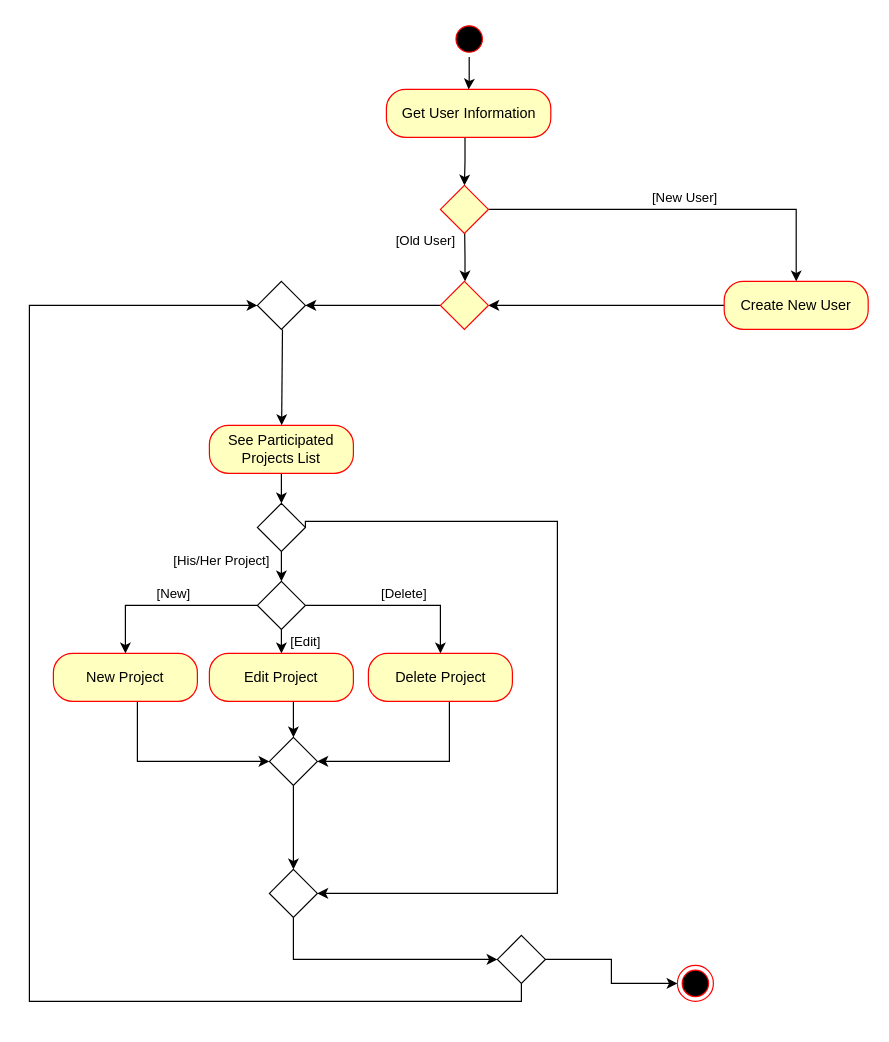
This is General Analyze and Design/Project Managment Activity Diagram.drawio from amirabbas8/ScrumOfficer, a draw.io file, before an edit. Source tidied: cells renumbered, new cells numbered last; positions are measured from the earlier drawing's top-left corner, leaving out a move shared by most shapes. Both pictures are drawn from the tidied source at 120%, with x=0, y=0 at pixel (29, 20).
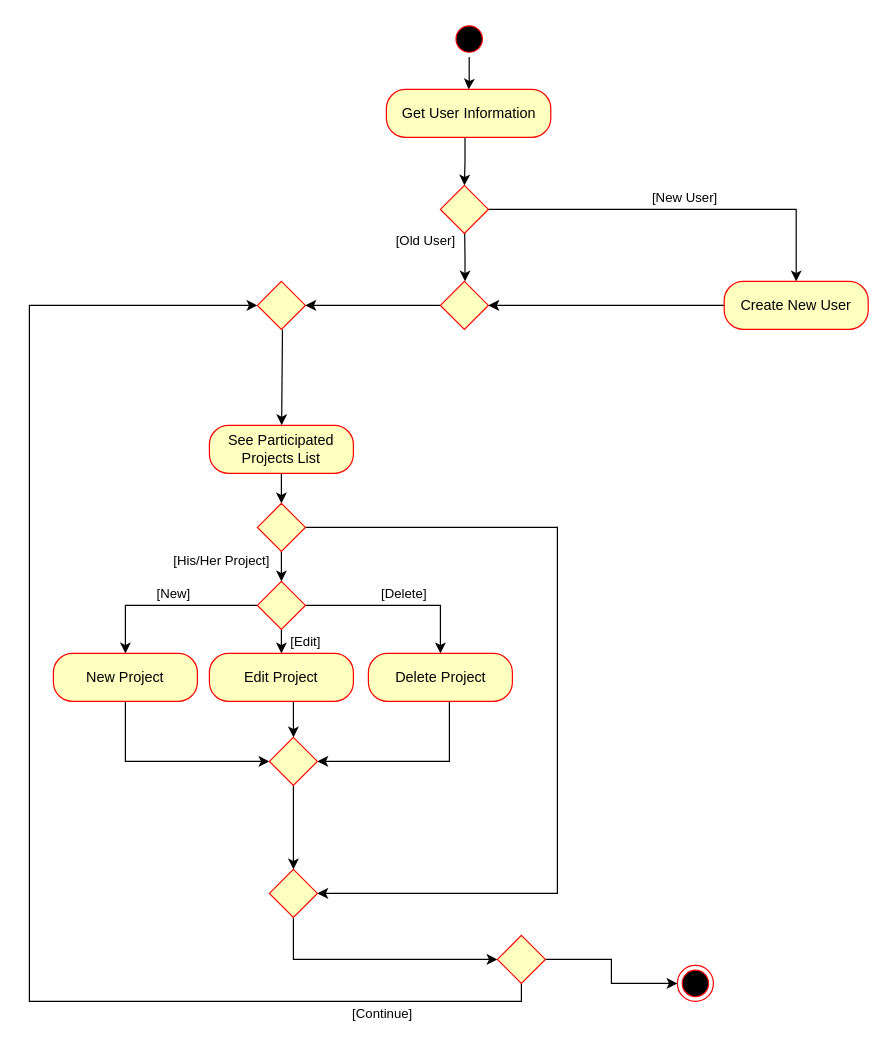
After the change.

Unchanged cells that the change refers to:
```xml
<mxCell id="21" value="New Project" style="rounded=1;whiteSpace=wrap;html=1;arcSize=40;fontColor=#000000;fillColor=#ffffc0;strokeColor=#ff0000;" parent="1" vertex="1">
  <mxGeometry x="20" y="527" width="120" height="40" as="geometry" />
</mxCell>
```

Diff of the diagram source:
```diff
@@
     <mxCell id="14" style="edgeStyle=orthogonalEdgeStyle;rounded=0;jettySize=auto;html=1;exitX=1;exitY=0.5;exitDx=0;exitDy=0;entryX=1;entryY=0.5;entryDx=0;entryDy=0;" parent="1" edge="1" source="15" target="29">
       <mxGeometry relative="1" as="geometry">
         <Array as="points">
-          <mxPoint x="440" y="417" />
+          <mxPoint x="440" y="422" />
           <mxPoint x="440" y="727" />
         </Array>
       </mxGeometry>
     </mxCell>
-    <mxCell id="15" style="shape=rhombus;html=1;verticalLabelPosition=top;verticalAlignment=bottom;" parent="1" vertex="1">
+    <mxCell id="15" style="shape=rhombus;html=1;verticalLabelPosition=top;verticalAlignment=bottom;fillColor=#FFFFC0;strokeColor=#FF0000;" parent="1" vertex="1">
       <mxGeometry x="190" y="402" width="40" height="40" as="geometry" />
     </mxCell>
@@
-    <mxCell id="19" style="shape=rhombus;html=1;verticalLabelPosition=top;verticalAlignment=bottom;" parent="1" vertex="1">
+    <mxCell id="19" style="shape=rhombus;html=1;verticalLabelPosition=top;verticalAlignment=bottom;fillColor=#FFFFC0;strokeColor=#FF0000;" parent="1" vertex="1">
       <mxGeometry x="190" y="467" width="40" height="40" as="geometry" />
     </mxCell>
     <mxCell id="20" style="edgeStyle=orthogonalEdgeStyle;rounded=0;jettySize=auto;html=1;entryX=0;entryY=0.5;entryDx=0;entryDy=0;" parent="1" edge="1" source="21" target="27">
       <mxGeometry relative="1" as="geometry">
         <Array as="points">
-          <mxPoint x="90" y="617" />
+          <mxPoint x="80" y="617" />
         </Array>
       </mxGeometry>
     </mxCell>
@@
-    <mxCell id="27" style="shape=rhombus;html=1;verticalLabelPosition=top;verticalAlignment=bottom;" parent="1" vertex="1">
+    <mxCell id="27" style="shape=rhombus;html=1;verticalLabelPosition=top;verticalAlignment=bottom;fillColor=#FFFFC0;strokeColor=#FF0000;" parent="1" vertex="1">
       <mxGeometry x="200" y="597" width="40" height="40" as="geometry" />
     </mxCell>
@@
-    <mxCell id="29" style="shape=rhombus;html=1;verticalLabelPosition=top;verticalAlignment=bottom;" parent="1" vertex="1">
+    <mxCell id="29" style="shape=rhombus;html=1;verticalLabelPosition=top;verticalAlignment=bottom;fillColor=#FFFFC0;strokeColor=#FF0000;" parent="1" vertex="1">
       <mxGeometry x="200" y="707" width="40" height="40" as="geometry" />
     </mxCell>
@@
-    <mxCell id="34" style="edgeStyle=orthogonalEdgeStyle;rounded=0;jettySize=auto;html=1;exitX=0.5;exitY=1;exitDx=0;exitDy=0;entryX=0;entryY=0.5;entryDx=0;entryDy=0;" parent="1" edge="1" source="35" target="37">
-      <mxGeometry relative="1" as="geometry">
+    <mxCell id="34" value="[Continue]" style="edgeStyle=orthogonalEdgeStyle;rounded=0;jettySize=auto;html=1;exitX=0.5;exitY=1;exitDx=0;exitDy=0;entryX=0;entryY=0.5;entryDx=0;entryDy=0;" parent="1" edge="1" source="35" target="37">
+      <mxGeometry x="-0.78" y="10" relative="1" as="geometry">
         <Array as="points">
           <mxPoint x="410" y="817" />
           <mxPoint y="817" />
           <mxPoint y="237" />
         </Array>
       </mxGeometry>
     </mxCell>
-    <mxCell id="35" style="shape=rhombus;html=1;verticalLabelPosition=top;verticalAlignment=bottom;" parent="1" vertex="1">
+    <mxCell id="35" style="shape=rhombus;html=1;verticalLabelPosition=top;verticalAlignment=bottom;fillColor=#FFFFC0;strokeColor=#FF0000;" parent="1" vertex="1">
       <mxGeometry x="390" y="762" width="40" height="40" as="geometry" />
     </mxCell>
@@
-    <mxCell id="37" style="shape=rhombus;html=1;verticalLabelPosition=top;verticalAlignment=bottom;" parent="1" vertex="1">
+    <mxCell id="37" style="shape=rhombus;html=1;verticalLabelPosition=top;verticalAlignment=bottom;fillColor=#FFFFC0;strokeColor=#FF0000;" parent="1" vertex="1">
       <mxGeometry x="190" y="217" width="40" height="40" as="geometry" />
     </mxCell>
```
